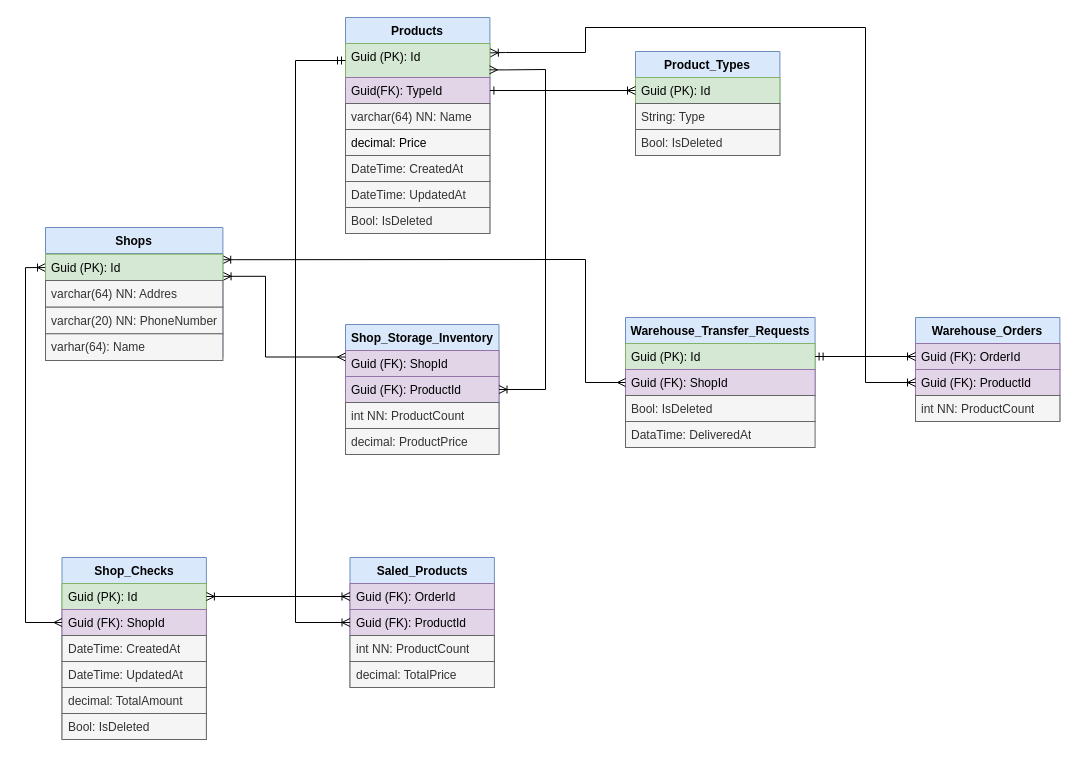
The draw.io diagram Services/BilTech_Shop/docs/Shop_Database.drawio in Nikolas321654/BilTech_Service, before the edit. Source tidied: cells renumbered, new cells numbered last; positions are measured from the earlier drawing's top-left corner, leaving out a move shared by most shapes. Both pictures are drawn from the tidied source at 100%, with x=0, y=0 at pixel (45, 17).
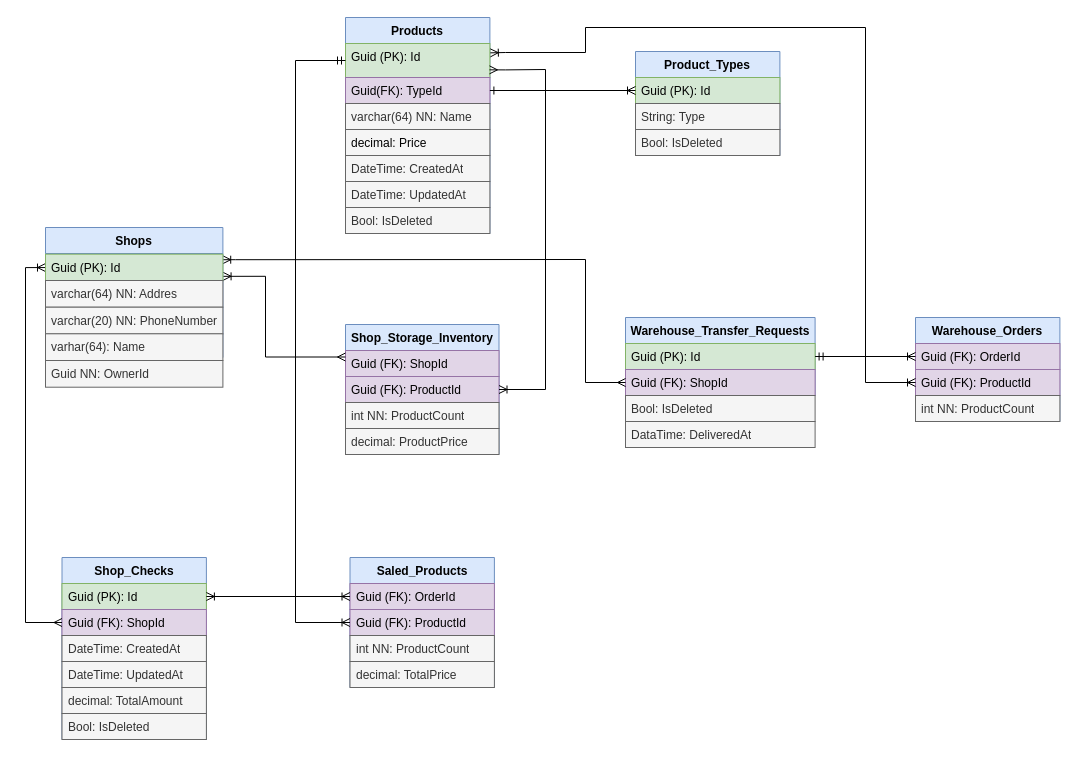
After the change.

Commit message (it also covers changes not shown here):
- Removed Owner service from components diagram - Updated user database diagram

The edit, as a diff of the source:
```diff
@@
+    <mxCell id="59" value="Guid NN: OwnerId" style="text;strokeColor=#666666;fillColor=#f5f5f5;align=left;verticalAlign=top;spacingLeft=4;spacingRight=4;overflow=hidden;whiteSpace=wrap;html=1;fontColor=#333333;" parent="1" vertex="1">
+      <mxGeometry y="343" width="177.4" height="26.7" as="geometry" />
+    </mxCell>
```
